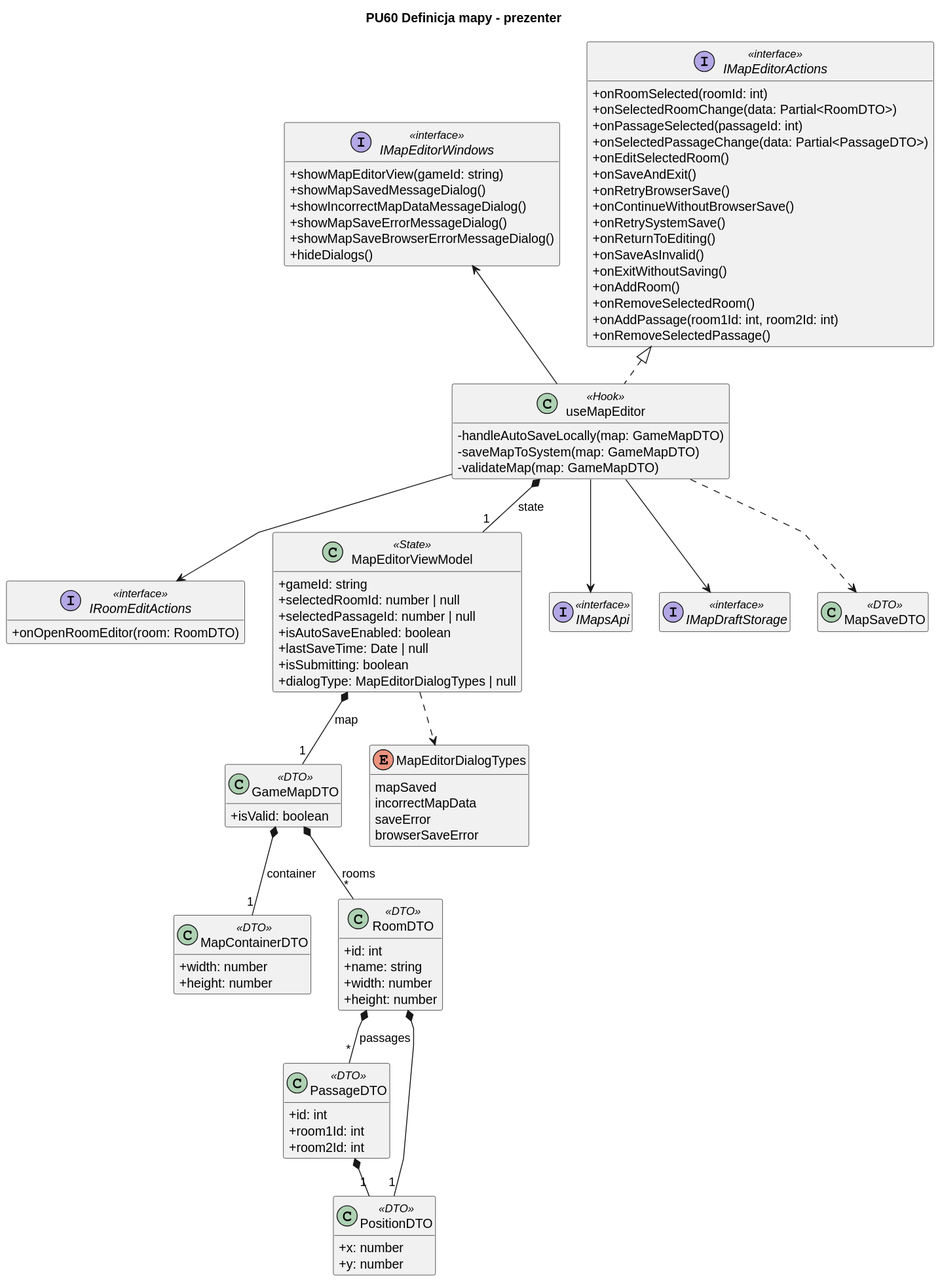
This is diagrams/frontend/rendered/map-editor-presenter.svg from Igor-Ochocki/POP-2026Z, a PlantUML export, as it was before one commit. Source of this version:
```plantuml
@startuml
skinparam classAttributeIconSize 0
skinparam packageStyle rectangle
skinparam shadowing false
skinparam roundcorner 4
skinparam linetype polyline
skinparam nodesep 30
skinparam ranksep 40
hide empty members

title PU60 Definicja mapy - prezenter

interface IMapEditorActions <<interface>> {
    + onRoomSelected(roomId: int)
    + onSelectedRoomChange(data: Partial<RoomDTO>)
    + onPassageSelected(passageId: int)
    + onSelectedPassageChange(data: Partial<PassageDTO>)
    + onEditSelectedRoom()
    + onSaveAndExit()
    + onRetryBrowserSave()
    + onContinueWithoutBrowserSave()
    + onRetrySystemSave()
    + onReturnToEditing()
    + onSaveAsInvalid()
    + onExitWithoutSaving()
    + onAddRoom()
    + onRemoveSelectedRoom()
    + onAddPassage(room1Id: int, room2Id: int)
    + onRemoveSelectedPassage()
}

interface IRoomEditActions <<interface>> {
    + onOpenRoomEditor(room: RoomDTO)
}

interface IMapEditorWindows <<interface>> {
    + showMapEditorView(gameId: string)
    + showMapSavedMessageDialog()
    + showIncorrectMapDataMessageDialog()
    + showMapSaveErrorMessageDialog()
    + showMapSaveBrowserErrorMessageDialog()
    + hideDialogs()
}

class useMapEditor <<Hook>> {
    - handleAutoSaveLocally(map: GameMapDTO)
    - saveMapToSystem(map: GameMapDTO)
    - validateMap(map: GameMapDTO)
}

class MapEditorViewModel <<State>> {
    + gameId: string
    + selectedRoomId: number | null
    + selectedPassageId: number | null
    + isAutoSaveEnabled: boolean
    + lastSaveTime: Date | null
    + isSubmitting: boolean
    + dialogType: MapEditorDialogTypes | null
}

class GameMapDTO <<DTO>> {
    + isValid: boolean
}

class MapContainerDTO <<DTO>> {
    + width: number
    + height: number
}

class RoomDTO <<DTO>> {
    + id: int
    + name: string
    + width: number
    + height: number
}

class PassageDTO <<DTO>> {
    + id: int
    + room1Id: int
    + room2Id: int
}

class PositionDTO <<DTO>> {
    + x: number
    + y: number
}

enum MapEditorDialogTypes {
    mapSaved
    incorrectMapData
    saveError
    browserSaveError
}

interface IMapsApi <<interface>> {

}

interface IMapDraftStorage <<interface>> {

}

class MapSaveDTO <<DTO>>

useMapEditor .u.|> IMapEditorActions
useMapEditor -u-> IMapEditorWindows
useMapEditor --> IRoomEditActions
useMapEditor *-- "1" MapEditorViewModel : state
MapEditorViewModel *-- "1" GameMapDTO : map
GameMapDTO *-- "1" MapContainerDTO : container
GameMapDTO *-- "*" RoomDTO : rooms
RoomDTO *-- "*" PassageDTO : passages
RoomDTO *-- "1" PositionDTO
PassageDTO *-- "1" PositionDTO
MapEditorViewModel ..> MapEditorDialogTypes
useMapEditor ..> MapSaveDTO
useMapEditor --> IMapsApi
useMapEditor --> IMapDraftStorage
@enduml
```
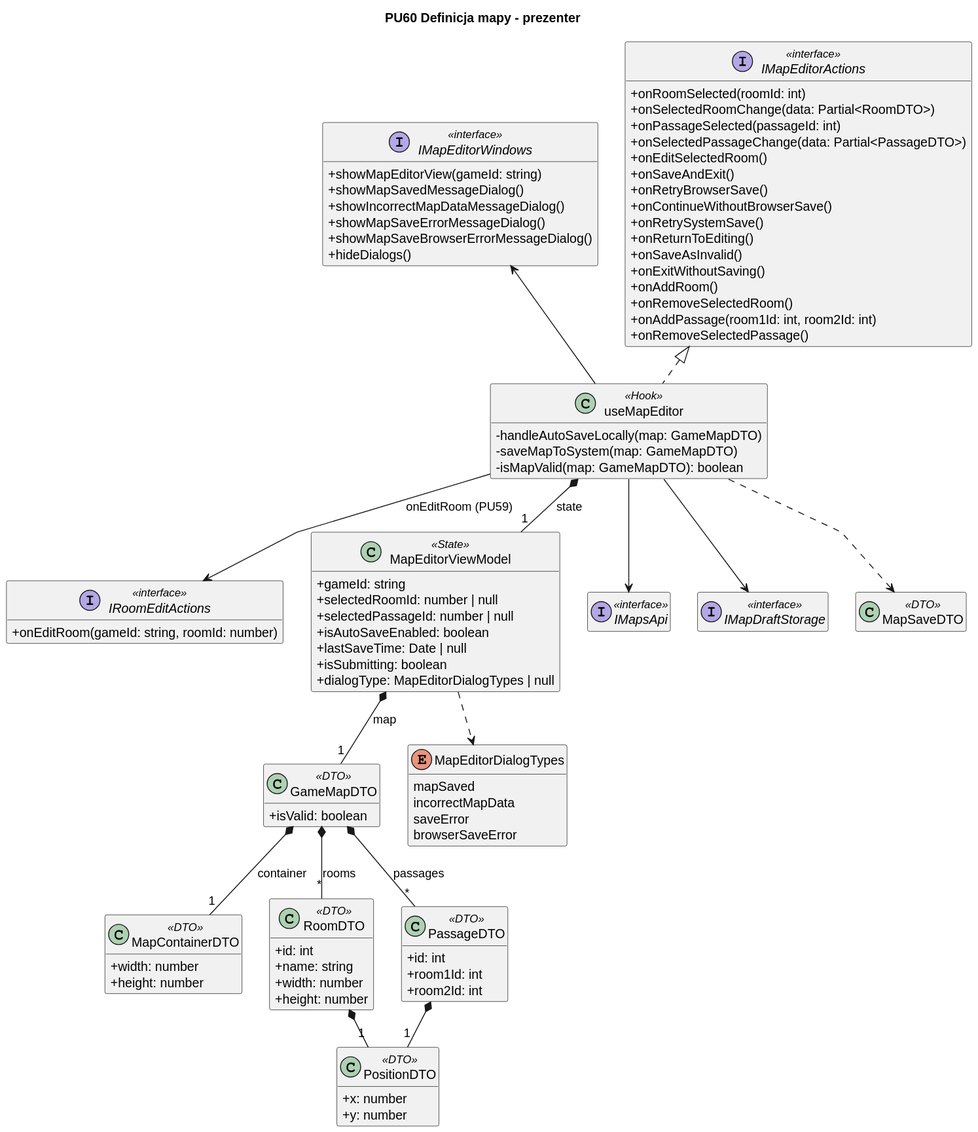
The same diagram one commit later.

What changed in the source:
```diff
@@ -30,7 +30,7 @@
 }
 
 interface IRoomEditActions <<interface>> {
-    + onOpenRoomEditor(room: RoomDTO)
+    + onEditRoom(gameId: string, roomId: number)
 }
 
 interface IMapEditorWindows <<interface>> {
@@ -45,7 +45,7 @@
 class useMapEditor <<Hook>> {
     - handleAutoSaveLocally(map: GameMapDTO)
     - saveMapToSystem(map: GameMapDTO)
-    - validateMap(map: GameMapDTO)
+    - isMapValid(map: GameMapDTO): boolean
 }
 
 class MapEditorViewModel <<State>> {
@@ -104,12 +104,12 @@
 
 useMapEditor .u.|> IMapEditorActions
 useMapEditor -u-> IMapEditorWindows
-useMapEditor --> IRoomEditActions
+useMapEditor --> IRoomEditActions : onEditRoom (PU59)
 useMapEditor *-- "1" MapEditorViewModel : state
 MapEditorViewModel *-- "1" GameMapDTO : map
 GameMapDTO *-- "1" MapContainerDTO : container
 GameMapDTO *-- "*" RoomDTO : rooms
-RoomDTO *-- "*" PassageDTO : passages
+GameMapDTO *-- "*" PassageDTO : passages
 RoomDTO *-- "1" PositionDTO
 PassageDTO *-- "1" PositionDTO
 MapEditorViewModel ..> MapEditorDialogTypes
```
